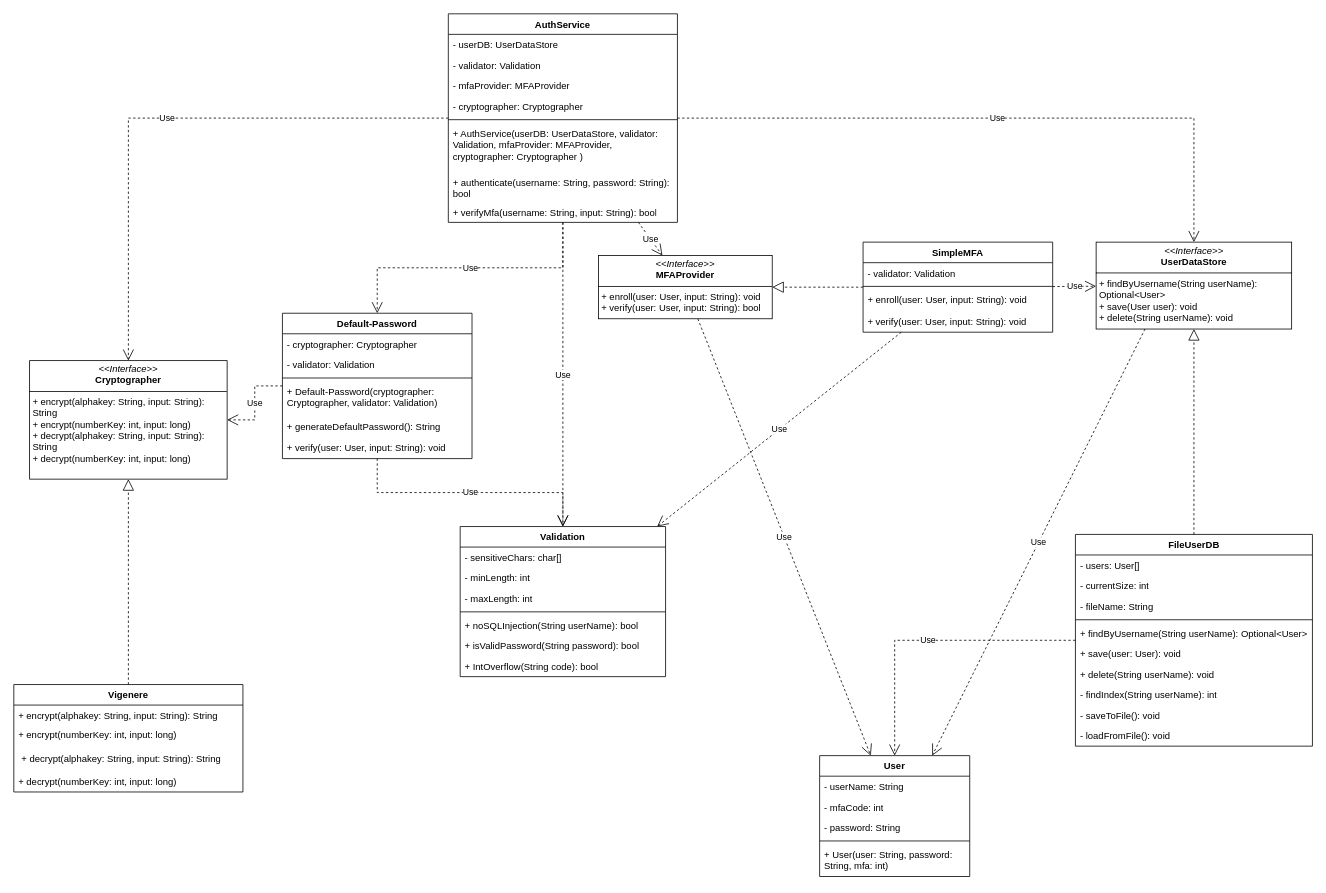
The draw.io diagram test.drawio in TeakKey7/SecureSoftware-PE1, before the edit. Source tidied: cells renumbered, new cells numbered last; positions are measured from the earlier drawing's top-left corner, leaving out a move shared by most shapes. Both pictures are drawn from the tidied source at 79%, with x=0, y=0 at pixel (13, 13).
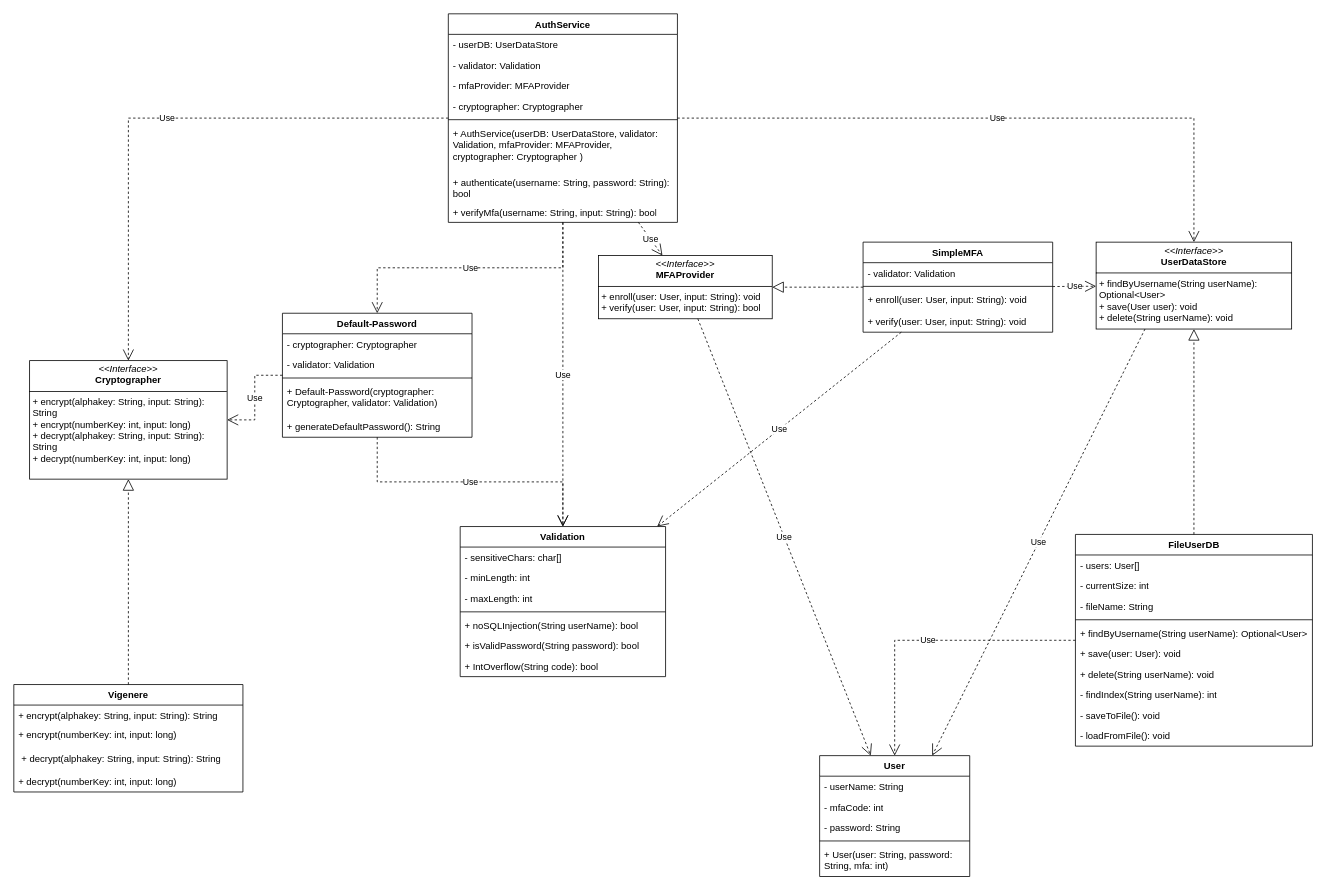
After the change.

Change to the diagram source:
```diff
@@
     <mxCell id="61" value="Default-Password" style="swimlane;fontStyle=1;align=center;verticalAlign=top;horizontal=1;startSize=26;whiteSpace=wrap;html=1;" parent="1" vertex="1">
-      <mxGeometry x="340" y="379" width="240" height="184" as="geometry" />
+      <mxGeometry x="340" y="379" width="240" height="157" as="geometry" />
     </mxCell>
@@
-    <mxCell id="67" value="+ verify(user: User, input: String): void" style="text;strokeColor=none;fillColor=none;align=left;verticalAlign=top;spacingLeft=4;spacingRight=4;overflow=hidden;whiteSpace=wrap;html=1;" parent="61" vertex="1">
-      <mxGeometry y="157" width="240" height="27" as="geometry" />
-    </mxCell>
```
